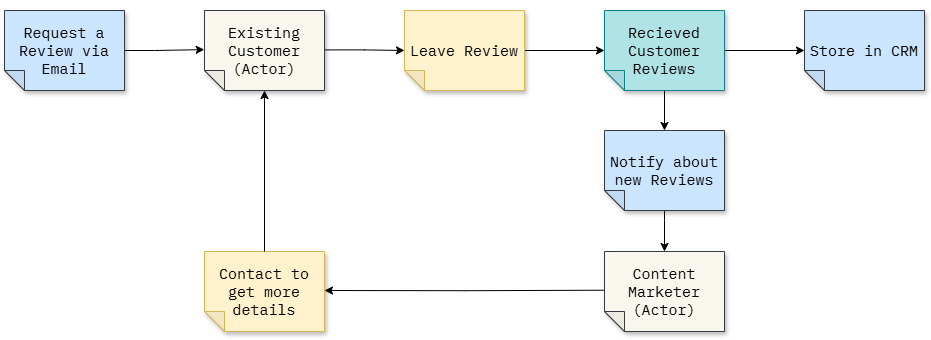
Before: chapter-06/figure-6.21.drawio.png, a diagram exported from draw.io (software-architecture-guild/modeling-software-architecture). Source tidied: cells renumbered, new cells last; positions are measured from the earlier drawing's top-left corner, leaving out a move shared by most shapes. Source of this version:
```xml
<mxGraphModel>
  <root>
    <mxCell id="0" />
    <mxCell id="1" parent="0" />
    <mxCell id="2" style="rounded=0;whiteSpace=wrap;html=1;strokeColor=none;" parent="1" vertex="1">
      <mxGeometry width="920" height="340" as="geometry" />
    </mxCell>
    <mxCell id="3" style="edgeStyle=orthogonalEdgeStyle;rounded=0;jettySize=auto;html=1;exitX=0;exitY=0.5;exitDx=0;exitDy=0;exitPerimeter=0;fontSize=15;" parent="1" edge="1" source="4" target="18">
      <mxGeometry relative="1" as="geometry" />
    </mxCell>
    <mxCell id="4" value="Recieved&lt;br&gt;Customer Reviews" style="shape=note;whiteSpace=wrap;html=1;backgroundOutline=1;darkOpacity=0.05;fillColor=#b0e3e6;strokeColor=#0e8088;fillStyle=solid;direction=west;gradientDirection=north;shadow=1;size=20;fontFamily=IBM Plex Mono;fontSource=https%3A%2F%2Ffonts.googleapis.com%2Fcss%3Ffamily%3DIBM%2BPlex%2BMono;fontSize=15;" parent="1" vertex="1">
      <mxGeometry x="600" y="10" width="120" height="80" as="geometry" />
    </mxCell>
    <mxCell id="5" style="edgeStyle=orthogonalEdgeStyle;rounded=0;jettySize=auto;html=1;exitX=0;exitY=0.5;exitDx=0;exitDy=0;exitPerimeter=0;fontSize=15;" parent="1" edge="1" source="6" target="4">
      <mxGeometry relative="1" as="geometry" />
    </mxCell>
    <mxCell id="6" value="Leave Review" style="shape=note;whiteSpace=wrap;html=1;backgroundOutline=1;darkOpacity=0.05;fillColor=#fff2cc;strokeColor=#d6b656;fillStyle=solid;direction=west;gradientDirection=north;shadow=1;size=20;fontFamily=IBM Plex Mono;fontSource=https%3A%2F%2Ffonts.googleapis.com%2Fcss%3Ffamily%3DIBM%2BPlex%2BMono;fontSize=15;" parent="1" vertex="1">
      <mxGeometry x="400" y="10" width="120" height="80" as="geometry" />
    </mxCell>
    <mxCell id="7" style="edgeStyle=orthogonalEdgeStyle;rounded=0;jettySize=auto;html=1;exitX=0.99;exitY=0.507;exitDx=0;exitDy=0;exitPerimeter=0;fontSize=15;" parent="1" edge="1" source="8" target="6">
      <mxGeometry relative="1" as="geometry" />
    </mxCell>
    <mxCell id="8" value="Existing&lt;br&gt;Customer&lt;br&gt;(Actor)" style="shape=note;whiteSpace=wrap;html=1;backgroundOutline=1;darkOpacity=0.05;fillColor=#f9f7ed;strokeColor=#36393d;fillStyle=solid;direction=west;gradientDirection=north;shadow=1;size=20;fontFamily=IBM Plex Mono;fontSource=https%3A%2F%2Ffonts.googleapis.com%2Fcss%3Ffamily%3DIBM%2BPlex%2BMono;fontSize=15;" parent="1" vertex="1">
      <mxGeometry x="200" y="10" width="120" height="80" as="geometry" />
    </mxCell>
    <mxCell id="9" style="edgeStyle=orthogonalEdgeStyle;rounded=0;orthogonalLoop=1;jettySize=auto;html=1;entryX=0.5;entryY=1;entryDx=0;entryDy=0;entryPerimeter=0;fontSize=15;" parent="1" edge="1">
      <mxGeometry relative="1" as="geometry">
        <mxPoint x="660" y="210" as="sourcePoint" />
        <mxPoint x="660" y="251" as="targetPoint" />
        <Array as="points">
          <mxPoint x="660" y="220" />
          <mxPoint x="660" y="220" />
        </Array>
      </mxGeometry>
    </mxCell>
    <mxCell id="10" style="edgeStyle=orthogonalEdgeStyle;rounded=0;jettySize=auto;html=1;exitX=0;exitY=0.5;exitDx=0;exitDy=0;exitPerimeter=0;entryX=1.002;entryY=0.511;entryDx=0;entryDy=0;entryPerimeter=0;fontSize=15;" parent="1" edge="1" source="11" target="8">
      <mxGeometry relative="1" as="geometry">
        <Array as="points">
          <mxPoint x="150" y="50" />
          <mxPoint x="160" y="49" />
        </Array>
      </mxGeometry>
    </mxCell>
    <mxCell id="11" value="Request a Review via Email" style="shape=note;whiteSpace=wrap;html=1;backgroundOutline=1;darkOpacity=0.05;fillColor=#cce5ff;strokeColor=#36393d;fillStyle=solid;direction=west;gradientDirection=north;shadow=1;size=20;fontFamily=IBM Plex Mono;fontSource=https%3A%2F%2Ffonts.googleapis.com%2Fcss%3Ffamily%3DIBM%2BPlex%2BMono;fontSize=15;" parent="1" vertex="1">
      <mxGeometry y="10" width="120" height="80" as="geometry" />
    </mxCell>
    <mxCell id="12" value="Notify about new Reviews" style="shape=note;whiteSpace=wrap;html=1;backgroundOutline=1;darkOpacity=0.05;fillColor=#cce5ff;strokeColor=#36393d;fillStyle=solid;direction=west;gradientDirection=north;shadow=1;size=20;fontFamily=IBM Plex Mono;fontSource=https%3A%2F%2Ffonts.googleapis.com%2Fcss%3Ffamily%3DIBM%2BPlex%2BMono;fontSize=15;" parent="1" vertex="1">
      <mxGeometry x="600" y="130" width="120" height="80" as="geometry" />
    </mxCell>
    <mxCell id="13" style="edgeStyle=orthogonalEdgeStyle;rounded=0;jettySize=auto;html=1;exitX=0.5;exitY=0;exitDx=0;exitDy=0;exitPerimeter=0;entryX=0.5;entryY=1;entryDx=0;entryDy=0;entryPerimeter=0;fontSize=15;" parent="1" edge="1" source="4" target="12">
      <mxGeometry relative="1" as="geometry" />
    </mxCell>
    <mxCell id="14" value="Contact to get more details" style="shape=note;whiteSpace=wrap;html=1;backgroundOutline=1;darkOpacity=0.05;fillColor=#fff2cc;strokeColor=#d6b656;fillStyle=solid;direction=west;gradientDirection=north;shadow=1;size=20;fontFamily=IBM Plex Mono;fontSource=https%3A%2F%2Ffonts.googleapis.com%2Fcss%3Ffamily%3DIBM%2BPlex%2BMono;fontSize=15;" parent="1" vertex="1">
      <mxGeometry x="200" y="251" width="120" height="80" as="geometry" />
    </mxCell>
    <mxCell id="15" style="edgeStyle=orthogonalEdgeStyle;rounded=0;orthogonalLoop=1;jettySize=auto;html=1;exitX=0.996;exitY=0.516;exitDx=0;exitDy=0;exitPerimeter=0;fontSize=15;" parent="1" edge="1">
      <mxGeometry relative="1" as="geometry">
        <mxPoint x="600.5" y="289.7" as="sourcePoint" />
        <mxPoint x="320" y="290" as="targetPoint" />
      </mxGeometry>
    </mxCell>
    <mxCell id="16" style="edgeStyle=orthogonalEdgeStyle;rounded=0;jettySize=auto;html=1;exitX=0.5;exitY=1;exitDx=0;exitDy=0;exitPerimeter=0;entryX=0.5;entryY=0;entryDx=0;entryDy=0;entryPerimeter=0;fontSize=15;" parent="1" edge="1" source="14" target="8">
      <mxGeometry relative="1" as="geometry" />
    </mxCell>
    <mxCell id="17" value="Content Marketer&lt;br&gt;(Actor)" style="shape=note;whiteSpace=wrap;html=1;backgroundOutline=1;darkOpacity=0.05;fillColor=#f9f7ed;strokeColor=#36393d;fillStyle=solid;direction=west;gradientDirection=north;shadow=1;size=20;fontFamily=IBM Plex Mono;fontSource=https%3A%2F%2Ffonts.googleapis.com%2Fcss%3Ffamily%3DIBM%2BPlex%2BMono;fontSize=15;" parent="1" vertex="1">
      <mxGeometry x="600" y="251" width="120" height="80" as="geometry" />
    </mxCell>
    <mxCell id="18" value="Store in CRM" style="shape=note;whiteSpace=wrap;html=1;backgroundOutline=1;darkOpacity=0.05;fillColor=#cce5ff;strokeColor=#36393d;fillStyle=solid;direction=west;gradientDirection=north;shadow=1;size=20;fontFamily=IBM Plex Mono;fontSource=https%3A%2F%2Ffonts.googleapis.com%2Fcss%3Ffamily%3DIBM%2BPlex%2BMono;fontSize=15;" parent="1" vertex="1">
      <mxGeometry x="800" y="10" width="120" height="80" as="geometry" />
    </mxCell>
  </root>
</mxGraphModel>
```
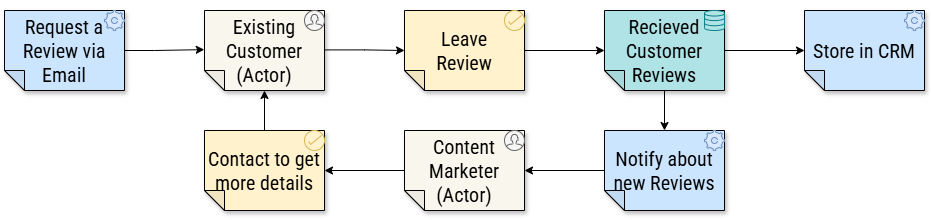
The same diagram one commit later.

The edit, as a diff of the source:
```diff
@@ -3,37 +3,27 @@
     <mxCell id="0" />
     <mxCell id="1" parent="0" />
     <mxCell id="2" style="rounded=0;whiteSpace=wrap;html=1;strokeColor=none;" parent="1" vertex="1">
-      <mxGeometry width="920" height="340" as="geometry" />
+      <mxGeometry width="920" height="220" as="geometry" />
     </mxCell>
-    <mxCell id="3" style="edgeStyle=orthogonalEdgeStyle;rounded=0;jettySize=auto;html=1;exitX=0;exitY=0.5;exitDx=0;exitDy=0;exitPerimeter=0;fontSize=15;" parent="1" edge="1" source="4" target="18">
+    <mxCell id="3" style="edgeStyle=orthogonalEdgeStyle;rounded=0;jettySize=auto;html=1;exitX=0;exitY=0.5;exitDx=0;exitDy=0;exitPerimeter=0;fontSize=20;strokeColor=#000000;fontFamily=Roboto Condensed;fontSource=https%3A%2F%2Ffonts.googleapis.com%2Fcss%3Ffamily%3DRoboto%2BCondensed;" parent="1" edge="1" source="4" target="18">
       <mxGeometry relative="1" as="geometry" />
     </mxCell>
-    <mxCell id="4" value="Recieved&lt;br&gt;Customer Reviews" style="shape=note;whiteSpace=wrap;html=1;backgroundOutline=1;darkOpacity=0.05;fillColor=#b0e3e6;strokeColor=#0e8088;fillStyle=solid;direction=west;gradientDirection=north;shadow=1;size=20;fontFamily=IBM Plex Mono;fontSource=https%3A%2F%2Ffonts.googleapis.com%2Fcss%3Ffamily%3DIBM%2BPlex%2BMono;fontSize=15;" parent="1" vertex="1">
+    <mxCell id="4" value="Recieved&lt;br&gt;Customer Reviews" style="shape=note;whiteSpace=wrap;html=1;backgroundOutline=1;darkOpacity=0.05;fillColor=#b0e3e6;strokeColor=#000000;fillStyle=solid;direction=west;gradientDirection=north;shadow=1;size=20;fontFamily=Roboto Condensed;fontSource=https%3A%2F%2Ffonts.googleapis.com%2Fcss%3Ffamily%3DRoboto%2BCondensed;fontSize=20;" parent="1" vertex="1">
       <mxGeometry x="600" y="10" width="120" height="80" as="geometry" />
     </mxCell>
-    <mxCell id="5" style="edgeStyle=orthogonalEdgeStyle;rounded=0;jettySize=auto;html=1;exitX=0;exitY=0.5;exitDx=0;exitDy=0;exitPerimeter=0;fontSize=15;" parent="1" edge="1" source="6" target="4">
+    <mxCell id="5" style="edgeStyle=orthogonalEdgeStyle;rounded=0;jettySize=auto;html=1;exitX=0;exitY=0.5;exitDx=0;exitDy=0;exitPerimeter=0;fontSize=20;strokeColor=#000000;fontFamily=Roboto Condensed;fontSource=https%3A%2F%2Ffonts.googleapis.com%2Fcss%3Ffamily%3DRoboto%2BCondensed;" parent="1" edge="1" source="6" target="4">
       <mxGeometry relative="1" as="geometry" />
     </mxCell>
-    <mxCell id="6" value="Leave Review" style="shape=note;whiteSpace=wrap;html=1;backgroundOutline=1;darkOpacity=0.05;fillColor=#fff2cc;strokeColor=#d6b656;fillStyle=solid;direction=west;gradientDirection=north;shadow=1;size=20;fontFamily=IBM Plex Mono;fontSource=https%3A%2F%2Ffonts.googleapis.com%2Fcss%3Ffamily%3DIBM%2BPlex%2BMono;fontSize=15;" parent="1" vertex="1">
+    <mxCell id="6" value="Leave&lt;br&gt;Review" style="shape=note;whiteSpace=wrap;html=1;backgroundOutline=1;darkOpacity=0.05;fillColor=#fff2cc;strokeColor=#000000;fillStyle=solid;direction=west;gradientDirection=north;shadow=1;size=20;fontFamily=Roboto Condensed;fontSource=https%3A%2F%2Ffonts.googleapis.com%2Fcss%3Ffamily%3DRoboto%2BCondensed;fontSize=20;" parent="1" vertex="1">
       <mxGeometry x="400" y="10" width="120" height="80" as="geometry" />
     </mxCell>
-    <mxCell id="7" style="edgeStyle=orthogonalEdgeStyle;rounded=0;jettySize=auto;html=1;exitX=0.99;exitY=0.507;exitDx=0;exitDy=0;exitPerimeter=0;fontSize=15;" parent="1" edge="1" source="8" target="6">
+    <mxCell id="7" style="edgeStyle=orthogonalEdgeStyle;rounded=0;jettySize=auto;html=1;exitX=0.99;exitY=0.507;exitDx=0;exitDy=0;exitPerimeter=0;fontSize=20;strokeColor=#000000;fontFamily=Roboto Condensed;fontSource=https%3A%2F%2Ffonts.googleapis.com%2Fcss%3Ffamily%3DRoboto%2BCondensed;" parent="1" edge="1" source="8" target="6">
       <mxGeometry relative="1" as="geometry" />
     </mxCell>
-    <mxCell id="8" value="Existing&lt;br&gt;Customer&lt;br&gt;(Actor)" style="shape=note;whiteSpace=wrap;html=1;backgroundOutline=1;darkOpacity=0.05;fillColor=#f9f7ed;strokeColor=#36393d;fillStyle=solid;direction=west;gradientDirection=north;shadow=1;size=20;fontFamily=IBM Plex Mono;fontSource=https%3A%2F%2Ffonts.googleapis.com%2Fcss%3Ffamily%3DIBM%2BPlex%2BMono;fontSize=15;" parent="1" vertex="1">
+    <mxCell id="8" value="Existing&lt;br&gt;Customer&lt;br&gt;(Actor)" style="shape=note;whiteSpace=wrap;html=1;backgroundOutline=1;darkOpacity=0.05;fillColor=#f9f7ed;strokeColor=#000000;fillStyle=solid;direction=west;gradientDirection=north;shadow=1;size=20;fontFamily=Roboto Condensed;fontSource=https%3A%2F%2Ffonts.googleapis.com%2Fcss%3Ffamily%3DRoboto%2BCondensed;fontSize=20;" parent="1" vertex="1">
       <mxGeometry x="200" y="10" width="120" height="80" as="geometry" />
     </mxCell>
-    <mxCell id="9" style="edgeStyle=orthogonalEdgeStyle;rounded=0;orthogonalLoop=1;jettySize=auto;html=1;entryX=0.5;entryY=1;entryDx=0;entryDy=0;entryPerimeter=0;fontSize=15;" parent="1" edge="1">
-      <mxGeometry relative="1" as="geometry">
-        <mxPoint x="660" y="210" as="sourcePoint" />
-        <mxPoint x="660" y="251" as="targetPoint" />
-        <Array as="points">
-          <mxPoint x="660" y="220" />
-          <mxPoint x="660" y="220" />
-        </Array>
-      </mxGeometry>
-    </mxCell>
-    <mxCell id="10" style="edgeStyle=orthogonalEdgeStyle;rounded=0;jettySize=auto;html=1;exitX=0;exitY=0.5;exitDx=0;exitDy=0;exitPerimeter=0;entryX=1.002;entryY=0.511;entryDx=0;entryDy=0;entryPerimeter=0;fontSize=15;" parent="1" edge="1" source="11" target="8">
+    <mxCell id="10" style="edgeStyle=orthogonalEdgeStyle;rounded=0;jettySize=auto;html=1;exitX=0;exitY=0.5;exitDx=0;exitDy=0;exitPerimeter=0;entryX=1.002;entryY=0.511;entryDx=0;entryDy=0;entryPerimeter=0;fontSize=20;strokeColor=#000000;fontFamily=Roboto Condensed;fontSource=https%3A%2F%2Ffonts.googleapis.com%2Fcss%3Ffamily%3DRoboto%2BCondensed;" parent="1" edge="1" source="11" target="8">
       <mxGeometry relative="1" as="geometry">
         <Array as="points">
           <mxPoint x="150" y="50" />
@@ -41,32 +31,56 @@
         </Array>
       </mxGeometry>
     </mxCell>
-    <mxCell id="11" value="Request a Review via Email" style="shape=note;whiteSpace=wrap;html=1;backgroundOutline=1;darkOpacity=0.05;fillColor=#cce5ff;strokeColor=#36393d;fillStyle=solid;direction=west;gradientDirection=north;shadow=1;size=20;fontFamily=IBM Plex Mono;fontSource=https%3A%2F%2Ffonts.googleapis.com%2Fcss%3Ffamily%3DIBM%2BPlex%2BMono;fontSize=15;" parent="1" vertex="1">
+    <mxCell id="11" value="Request a Review via Email" style="shape=note;whiteSpace=wrap;html=1;backgroundOutline=1;darkOpacity=0.05;fillColor=#cce5ff;strokeColor=#000000;fillStyle=solid;direction=west;gradientDirection=north;shadow=1;size=20;fontFamily=Roboto Condensed;fontSource=https%3A%2F%2Ffonts.googleapis.com%2Fcss%3Ffamily%3DRoboto%2BCondensed;fontSize=20;" parent="1" vertex="1">
       <mxGeometry y="10" width="120" height="80" as="geometry" />
     </mxCell>
+    <mxCell id="19" style="edgeStyle=none;html=1;" parent="1" edge="1" source="12" target="17">
+      <mxGeometry relative="1" as="geometry" />
+    </mxCell>
-    <mxCell id="12" value="Notify about new Reviews" style="shape=note;whiteSpace=wrap;html=1;backgroundOutline=1;darkOpacity=0.05;fillColor=#cce5ff;strokeColor=#36393d;fillStyle=solid;direction=west;gradientDirection=north;shadow=1;size=20;fontFamily=IBM Plex Mono;fontSource=https%3A%2F%2Ffonts.googleapis.com%2Fcss%3Ffamily%3DIBM%2BPlex%2BMono;fontSize=15;" parent="1" vertex="1">
+    <mxCell id="12" value="Notify about new Reviews" style="shape=note;whiteSpace=wrap;html=1;backgroundOutline=1;darkOpacity=0.05;fillColor=#cce5ff;strokeColor=#000000;fillStyle=solid;direction=west;gradientDirection=north;shadow=1;size=20;fontFamily=Roboto Condensed;fontSource=https%3A%2F%2Ffonts.googleapis.com%2Fcss%3Ffamily%3DRoboto%2BCondensed;fontSize=20;" parent="1" vertex="1">
       <mxGeometry x="600" y="130" width="120" height="80" as="geometry" />
     </mxCell>
-    <mxCell id="13" style="edgeStyle=orthogonalEdgeStyle;rounded=0;jettySize=auto;html=1;exitX=0.5;exitY=0;exitDx=0;exitDy=0;exitPerimeter=0;entryX=0.5;entryY=1;entryDx=0;entryDy=0;entryPerimeter=0;fontSize=15;" parent="1" edge="1" source="4" target="12">
+    <mxCell id="13" style="edgeStyle=orthogonalEdgeStyle;rounded=0;jettySize=auto;html=1;exitX=0.5;exitY=0;exitDx=0;exitDy=0;exitPerimeter=0;entryX=0.5;entryY=1;entryDx=0;entryDy=0;entryPerimeter=0;fontSize=20;strokeColor=#000000;fontFamily=Roboto Condensed;fontSource=https%3A%2F%2Ffonts.googleapis.com%2Fcss%3Ffamily%3DRoboto%2BCondensed;" parent="1" edge="1" source="4" target="12">
       <mxGeometry relative="1" as="geometry" />
     </mxCell>
-    <mxCell id="14" value="Contact to get more details" style="shape=note;whiteSpace=wrap;html=1;backgroundOutline=1;darkOpacity=0.05;fillColor=#fff2cc;strokeColor=#d6b656;fillStyle=solid;direction=west;gradientDirection=north;shadow=1;size=20;fontFamily=IBM Plex Mono;fontSource=https%3A%2F%2Ffonts.googleapis.com%2Fcss%3Ffamily%3DIBM%2BPlex%2BMono;fontSize=15;" parent="1" vertex="1">
-      <mxGeometry x="200" y="251" width="120" height="80" as="geometry" />
+    <mxCell id="14" value="Contact to get more details" style="shape=note;whiteSpace=wrap;html=1;backgroundOutline=1;darkOpacity=0.05;fillColor=#fff2cc;strokeColor=#000000;fillStyle=solid;direction=west;gradientDirection=north;shadow=1;size=20;fontFamily=Roboto Condensed;fontSource=https%3A%2F%2Ffonts.googleapis.com%2Fcss%3Ffamily%3DRoboto%2BCondensed;fontSize=20;" parent="1" vertex="1">
+      <mxGeometry x="200" y="130" width="120" height="80" as="geometry" />
     </mxCell>
-    <mxCell id="15" style="edgeStyle=orthogonalEdgeStyle;rounded=0;orthogonalLoop=1;jettySize=auto;html=1;exitX=0.996;exitY=0.516;exitDx=0;exitDy=0;exitPerimeter=0;fontSize=15;" parent="1" edge="1">
-      <mxGeometry relative="1" as="geometry">
-        <mxPoint x="600.5" y="289.7" as="sourcePoint" />
-        <mxPoint x="320" y="290" as="targetPoint" />
-      </mxGeometry>
-    </mxCell>
-    <mxCell id="16" style="edgeStyle=orthogonalEdgeStyle;rounded=0;jettySize=auto;html=1;exitX=0.5;exitY=1;exitDx=0;exitDy=0;exitPerimeter=0;entryX=0.5;entryY=0;entryDx=0;entryDy=0;entryPerimeter=0;fontSize=15;" parent="1" edge="1" source="14" target="8">
+    <mxCell id="16" style="edgeStyle=orthogonalEdgeStyle;rounded=0;jettySize=auto;html=1;exitX=0.5;exitY=1;exitDx=0;exitDy=0;exitPerimeter=0;entryX=0.5;entryY=0;entryDx=0;entryDy=0;entryPerimeter=0;fontSize=20;strokeColor=#000000;fontFamily=Roboto Condensed;fontSource=https%3A%2F%2Ffonts.googleapis.com%2Fcss%3Ffamily%3DRoboto%2BCondensed;" parent="1" edge="1" source="14" target="8">
       <mxGeometry relative="1" as="geometry" />
     </mxCell>
+    <mxCell id="20" style="edgeStyle=none;html=1;" parent="1" edge="1" source="17" target="14">
+      <mxGeometry relative="1" as="geometry" />
+    </mxCell>
-    <mxCell id="17" value="Content Marketer&lt;br&gt;(Actor)" style="shape=note;whiteSpace=wrap;html=1;backgroundOutline=1;darkOpacity=0.05;fillColor=#f9f7ed;strokeColor=#36393d;fillStyle=solid;direction=west;gradientDirection=north;shadow=1;size=20;fontFamily=IBM Plex Mono;fontSource=https%3A%2F%2Ffonts.googleapis.com%2Fcss%3Ffamily%3DIBM%2BPlex%2BMono;fontSize=15;" parent="1" vertex="1">
-      <mxGeometry x="600" y="251" width="120" height="80" as="geometry" />
+    <mxCell id="17" value="Content Marketer&lt;br&gt;(Actor)" style="shape=note;whiteSpace=wrap;html=1;backgroundOutline=1;darkOpacity=0.05;fillColor=#f9f7ed;strokeColor=#000000;fillStyle=solid;direction=west;gradientDirection=north;shadow=1;size=20;fontFamily=Roboto Condensed;fontSource=https%3A%2F%2Ffonts.googleapis.com%2Fcss%3Ffamily%3DRoboto%2BCondensed;fontSize=20;" parent="1" vertex="1">
+      <mxGeometry x="400" y="130" width="120" height="80" as="geometry" />
     </mxCell>
-    <mxCell id="18" value="Store in CRM" style="shape=note;whiteSpace=wrap;html=1;backgroundOutline=1;darkOpacity=0.05;fillColor=#cce5ff;strokeColor=#36393d;fillStyle=solid;direction=west;gradientDirection=north;shadow=1;size=20;fontFamily=IBM Plex Mono;fontSource=https%3A%2F%2Ffonts.googleapis.com%2Fcss%3Ffamily%3DIBM%2BPlex%2BMono;fontSize=15;" parent="1" vertex="1">
+    <mxCell id="18" value="Store in CRM" style="shape=note;whiteSpace=wrap;html=1;backgroundOutline=1;darkOpacity=0.05;fillColor=#cce5ff;strokeColor=#000000;fillStyle=solid;direction=west;gradientDirection=north;shadow=1;size=20;fontFamily=Roboto Condensed;fontSource=https%3A%2F%2Ffonts.googleapis.com%2Fcss%3Ffamily%3DRoboto%2BCondensed;fontSize=20;" parent="1" vertex="1">
       <mxGeometry x="800" y="10" width="120" height="80" as="geometry" />
     </mxCell>
+    <mxCell id="21" style="html=1;verticalLabelPosition=bottom;align=center;labelBackgroundColor=#ffffff;verticalAlign=top;strokeWidth=1;shadow=0;dashed=0;shape=mxgraph.ios7.icons.user;fillColor=#f5f5f5;fontColor=#000000;strokeColor=#666666;fontFamily=Roboto Condensed;fontSource=https%3A%2F%2Ffonts.googleapis.com%2Fcss%3Ffamily%3DRoboto%2BCondensed;fontSize=20;" parent="1" vertex="1">
+      <mxGeometry x="300" y="10" width="20" height="20" as="geometry" />
+    </mxCell>
+    <mxCell id="22" style="html=1;verticalLabelPosition=bottom;align=center;labelBackgroundColor=#ffffff;verticalAlign=top;strokeWidth=1;shadow=0;dashed=0;shape=mxgraph.ios7.icons.select;fillColor=#fff2cc;strokeColor=#d6b656;fontFamily=Roboto Condensed;fontSource=https%3A%2F%2Ffonts.googleapis.com%2Fcss%3Ffamily%3DRoboto%2BCondensed;fontSize=20;fontColor=#000000;" parent="1" vertex="1">
+      <mxGeometry x="500" y="10" width="20" height="20" as="geometry" />
+    </mxCell>
+    <mxCell id="23" style="html=1;verticalLabelPosition=bottom;align=center;labelBackgroundColor=#ffffff;verticalAlign=top;strokeWidth=1;shadow=0;dashed=0;shape=mxgraph.ios7.icons.data;fillColor=#b0e3e6;strokeColor=#0e8088;fontFamily=Roboto Condensed;fontSource=https%3A%2F%2Ffonts.googleapis.com%2Fcss%3Ffamily%3DRoboto%2BCondensed;fontSize=20;fontColor=#000000;" parent="1" vertex="1">
+      <mxGeometry x="700" y="10" width="20" height="20" as="geometry" />
+    </mxCell>
+    <mxCell id="24" style="html=1;verticalLabelPosition=bottom;align=center;labelBackgroundColor=#ffffff;verticalAlign=top;strokeWidth=1;shadow=0;dashed=0;shape=mxgraph.ios7.icons.settings;fillColor=#dae8fc;strokeColor=#6c8ebf;fontFamily=Roboto Condensed;fontSource=https%3A%2F%2Ffonts.googleapis.com%2Fcss%3Ffamily%3DRoboto%2BCondensed;fontSize=20;fontColor=#000000;" parent="1" vertex="1">
+      <mxGeometry x="700" y="130" width="20" height="20" as="geometry" />
+    </mxCell>
+    <mxCell id="25" style="html=1;verticalLabelPosition=bottom;align=center;labelBackgroundColor=#ffffff;verticalAlign=top;strokeWidth=1;shadow=0;dashed=0;shape=mxgraph.ios7.icons.user;fillColor=#f5f5f5;fontColor=#000000;strokeColor=#666666;fontFamily=Roboto Condensed;fontSource=https%3A%2F%2Ffonts.googleapis.com%2Fcss%3Ffamily%3DRoboto%2BCondensed;fontSize=20;" parent="1" vertex="1">
+      <mxGeometry x="500" y="130" width="20" height="20" as="geometry" />
+    </mxCell>
+    <mxCell id="26" style="html=1;verticalLabelPosition=bottom;align=center;labelBackgroundColor=#ffffff;verticalAlign=top;strokeWidth=1;shadow=0;dashed=0;shape=mxgraph.ios7.icons.settings;fillColor=#dae8fc;strokeColor=#6c8ebf;fontFamily=Roboto Condensed;fontSource=https%3A%2F%2Ffonts.googleapis.com%2Fcss%3Ffamily%3DRoboto%2BCondensed;fontSize=20;fontColor=#000000;" parent="1" vertex="1">
+      <mxGeometry x="900" y="10" width="20" height="20" as="geometry" />
+    </mxCell>
+    <mxCell id="27" style="html=1;verticalLabelPosition=bottom;align=center;labelBackgroundColor=#ffffff;verticalAlign=top;strokeWidth=1;shadow=0;dashed=0;shape=mxgraph.ios7.icons.select;fillColor=#fff2cc;strokeColor=#d6b656;fontFamily=Roboto Condensed;fontSource=https%3A%2F%2Ffonts.googleapis.com%2Fcss%3Ffamily%3DRoboto%2BCondensed;fontSize=20;fontColor=#000000;" parent="1" vertex="1">
+      <mxGeometry x="300" y="130" width="20" height="20" as="geometry" />
+    </mxCell>
+    <mxCell id="28" style="html=1;verticalLabelPosition=bottom;align=center;labelBackgroundColor=#ffffff;verticalAlign=top;strokeWidth=1;shadow=0;dashed=0;shape=mxgraph.ios7.icons.settings;fillColor=#dae8fc;strokeColor=#6c8ebf;fontFamily=Roboto Condensed;fontSource=https%3A%2F%2Ffonts.googleapis.com%2Fcss%3Ffamily%3DRoboto%2BCondensed;fontSize=20;fontColor=#000000;" parent="1" vertex="1">
+      <mxGeometry x="100" y="10" width="20" height="20" as="geometry" />
+    </mxCell>
   </root>
 </mxGraphModel>
```
